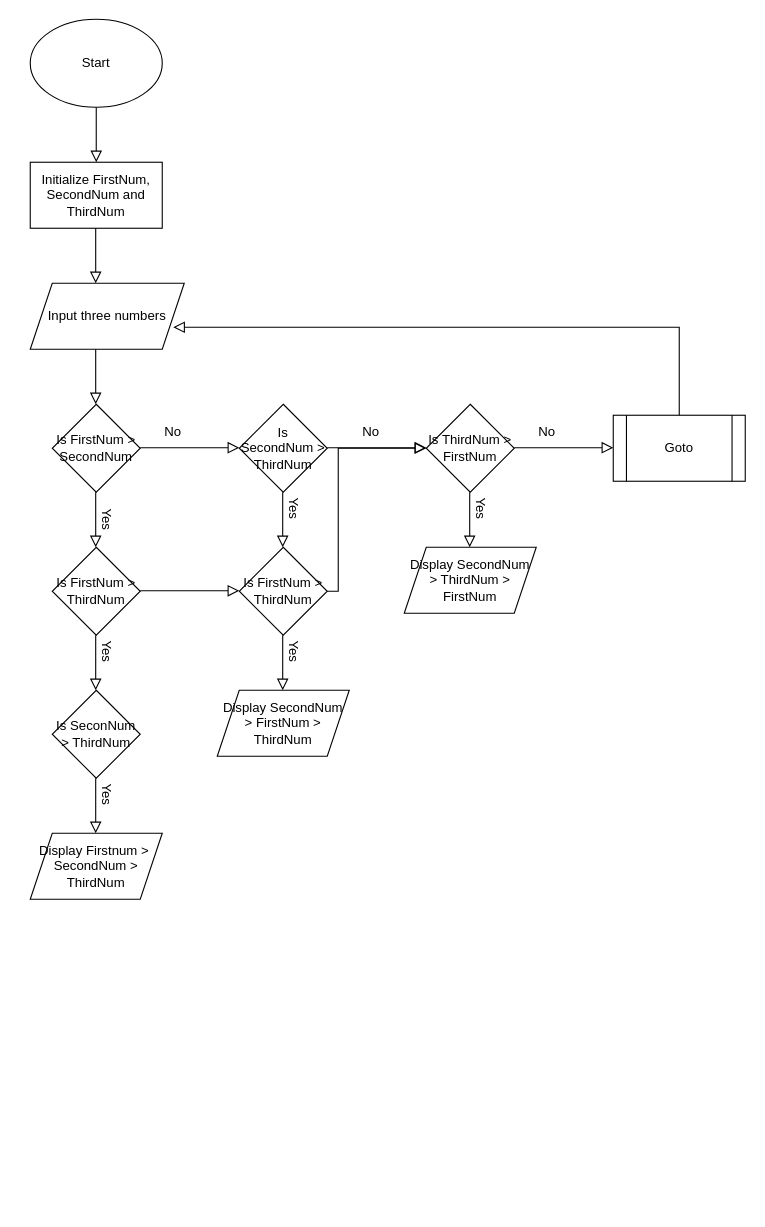
Above: Map Your Mind/1. Order marches with weighty and measured strides. Disorder is always in a hurry.drawio in Stephdkb/Flowcharts (draw.io), before the change. Source tidied: cells renumbered, new cells numbered last; positions are measured from the earlier drawing's top-left corner, leaving out a move shared by most shapes. Both pictures are drawn from the tidied source at 110%, with x=0, y=0 at pixel (30, 19).
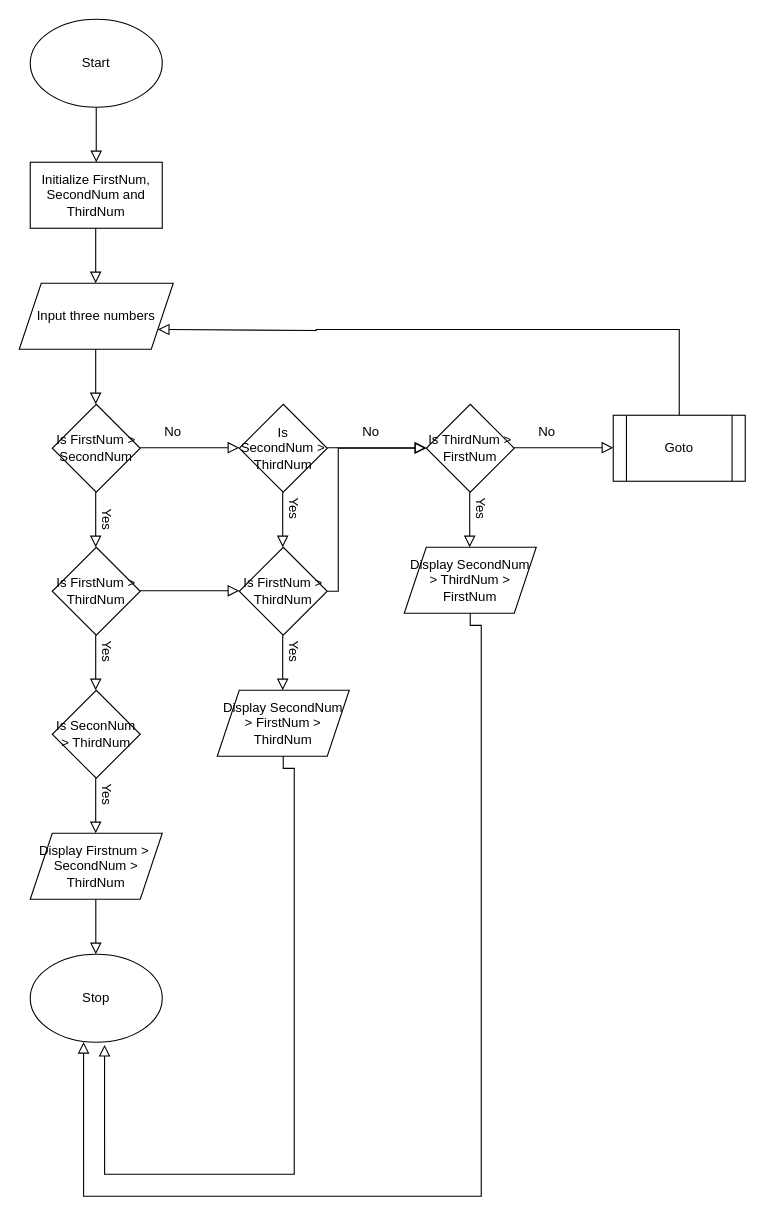
Above is the later version.

Commit message:
A little chalanging I'd have to Redo

Unchanged cells that the change refers to:
```xml
<mxCell id="24" value="Display SecondNum &amp;gt; ThirdNum &amp;gt; FirstNum" style="shape=parallelogram;perimeter=parallelogramPerimeter;whiteSpace=wrap;html=1;fixedSize=1;" parent="1" vertex="1">
  <mxGeometry x="340" y="480" width="120" height="60" as="geometry" />
</mxCell>
<mxCell id="26" value="Goto" style="shape=process;whiteSpace=wrap;html=1;backgroundOutline=1;" parent="1" vertex="1">
  <mxGeometry x="530" y="360" width="120" height="60" as="geometry" />
</mxCell>
```

Diff of the diagram source:
```diff
@@
     <mxCell id="6" value="Input three numbers" style="shape=parallelogram;perimeter=parallelogramPerimeter;whiteSpace=wrap;html=1;fixedSize=1;" parent="1" vertex="1">
-      <mxGeometry y="240" width="140" height="60" as="geometry" />
+      <mxGeometry x="-10" y="240" width="140" height="60" as="geometry" />
     </mxCell>
@@
-    <mxCell id="27" style="rounded=0;html=1;jettySize=auto;fontSize=11;endArrow=block;endFill=0;endSize=8;strokeWidth=1;shadow=0;labelBackgroundColor=none;edgeStyle=orthogonalEdgeStyle;exitX=0.5;exitY=0;exitDx=0;exitDy=0;" parent="1" edge="1" source="26">
+    <mxCell id="27" style="rounded=0;html=1;jettySize=auto;fontSize=11;endArrow=block;endFill=0;endSize=8;strokeWidth=1;shadow=0;labelBackgroundColor=none;edgeStyle=orthogonalEdgeStyle;exitX=0.5;exitY=0;exitDx=0;exitDy=0;entryX=1;entryY=0.75;entryDx=0;entryDy=0;" parent="1" edge="1" source="26" target="6">
       <mxGeometry relative="1" as="geometry">
-        <mxPoint x="130" y="280" as="targetPoint" />
         <Array as="points">
-          <mxPoint x="590" y="280" />
+          <mxPoint x="590" y="282" />
+          <mxPoint x="260" y="282" />
+          <mxPoint x="116" y="283" />
         </Array>
       </mxGeometry>
     </mxCell>
@@
+    <mxCell id="39" style="rounded=0;html=1;jettySize=auto;fontSize=11;endArrow=block;endFill=0;endSize=8;strokeWidth=1;shadow=0;labelBackgroundColor=none;edgeStyle=orthogonalEdgeStyle;entryX=0.404;entryY=0.997;entryDx=0;entryDy=0;exitX=0.5;exitY=1;exitDx=0;exitDy=0;entryPerimeter=0;" parent="1" edge="1" source="24" target="40">
+      <mxGeometry relative="1" as="geometry">
+        <Array as="points">
+          <mxPoint x="400" y="551" />
+          <mxPoint x="410" y="551" />
+          <mxPoint x="410" y="1070" />
+          <mxPoint x="48" y="1070" />
+        </Array>
+      </mxGeometry>
+    </mxCell>
+    <mxCell id="40" value="Stop" style="ellipse;whiteSpace=wrap;html=1;" parent="1" vertex="1">
+      <mxGeometry y="850" width="120" height="80" as="geometry" />
+    </mxCell>
+    <mxCell id="41" style="rounded=0;html=1;jettySize=auto;fontSize=11;endArrow=block;endFill=0;endSize=8;strokeWidth=1;shadow=0;labelBackgroundColor=none;edgeStyle=orthogonalEdgeStyle;entryX=0.563;entryY=1.03;entryDx=0;entryDy=0;exitX=0.5;exitY=1;exitDx=0;exitDy=0;jumpSize=0;entryPerimeter=0;" parent="1" edge="1" target="40">
+      <mxGeometry relative="1" as="geometry">
+        <mxPoint x="230" y="670" as="sourcePoint" />
+        <Array as="points">
+          <mxPoint x="230" y="681" />
+          <mxPoint x="240" y="681" />
+          <mxPoint x="240" y="1050" />
+          <mxPoint x="68" y="1050" />
+        </Array>
+      </mxGeometry>
+    </mxCell>
+    <mxCell id="42" style="rounded=0;html=1;jettySize=auto;orthogonalLoop=1;fontSize=11;endArrow=block;endFill=0;endSize=8;strokeWidth=1;shadow=0;labelBackgroundColor=none;edgeStyle=orthogonalEdgeStyle;" parent="1" edge="1">
+      <mxGeometry relative="1" as="geometry">
+        <mxPoint x="59.6" y="800" as="sourcePoint" />
+        <mxPoint x="59.6" y="850" as="targetPoint" />
+      </mxGeometry>
+    </mxCell>
```
